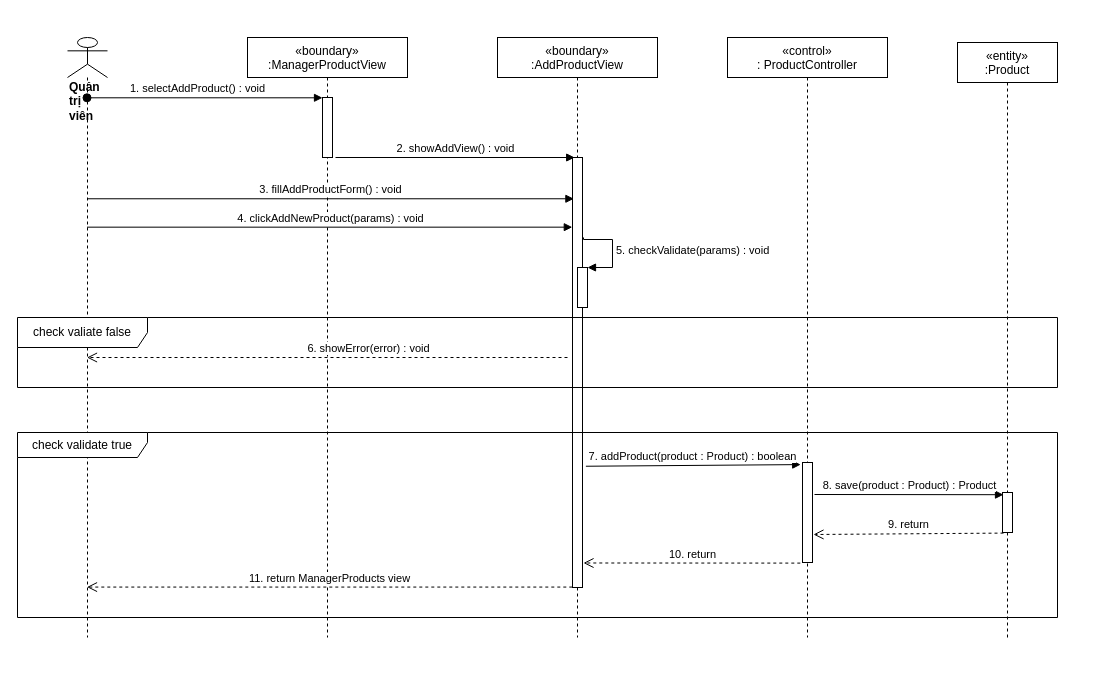
nguyenphamvan/datn_20202 keeps this draw.io diagram as sequence diagram/add-newProduct-sequence.drawio. Above is the earlier version. Source tidied: cells renumbered, new cells numbered last; positions are measured from the earlier drawing's top-left corner, leaving out a move shared by most shapes. Both pictures are drawn from the tidied source at 100%, with x=0, y=0 at pixel (17, 37).
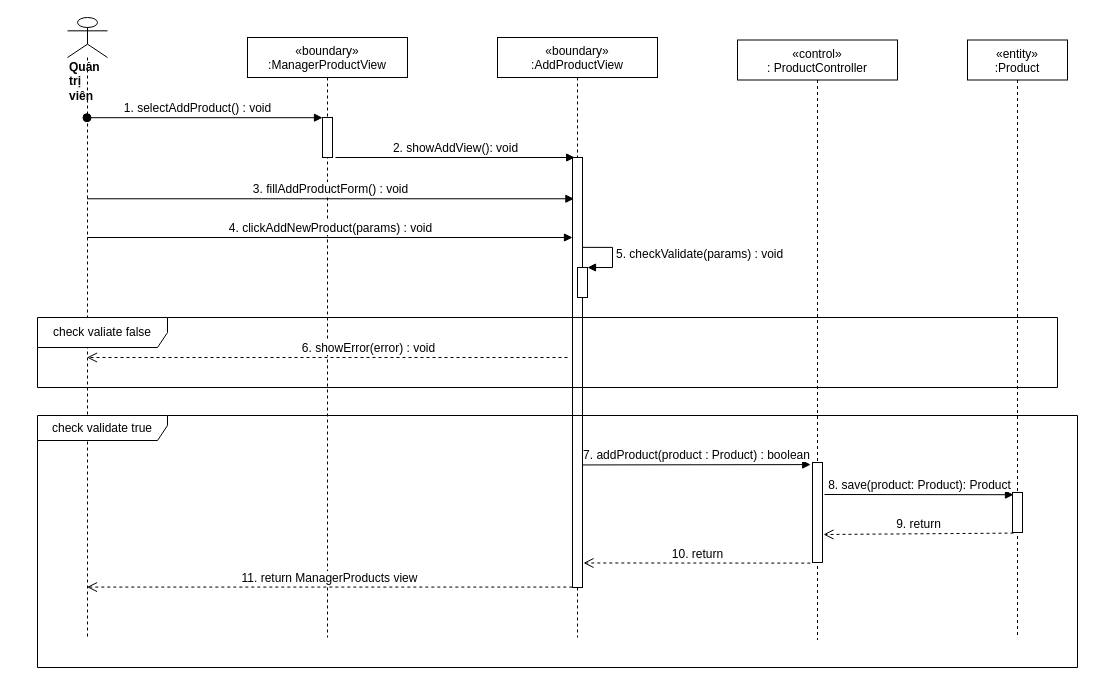
After the change.

Unchanged cells that the change refers to:
```xml
<mxCell id="2" value="«boundary»&#10;:ManagerProductView" style="shape=umlLifeline;perimeter=lifelinePerimeter;rounded=0;shadow=0;strokeWidth=1;" parent="1" vertex="1">
  <mxGeometry x="230" width="160" height="600" as="geometry" />
</mxCell>
<mxCell id="16" style="points=[];perimeter=orthogonalPerimeter;rounded=0;shadow=0;strokeWidth=1;" parent="15" vertex="1">
  <mxGeometry x="75" y="120" width="10" height="430" as="geometry" />
</mxCell>
```

The edit, as a diff of the source:
```diff
@@
     <mxCell id="3" style="points=[];perimeter=orthogonalPerimeter;rounded=0;shadow=0;strokeWidth=1;" parent="2" vertex="1">
-      <mxGeometry x="75" y="60" width="10" height="60" as="geometry" />
+      <mxGeometry x="75" y="80" width="10" height="40" as="geometry" />
     </mxCell>
     <mxCell id="4" value="«control»&#10;: ProductController" style="shape=umlLifeline;perimeter=lifelinePerimeter;rounded=0;shadow=0;strokeWidth=1;" parent="1" vertex="1">
-      <mxGeometry x="710" width="160" height="600" as="geometry" />
+      <mxGeometry x="720" y="2.5" width="160" height="600" as="geometry" />
     </mxCell>
     <mxCell id="5" value="&lt;div&gt;&lt;b&gt;Quản trị viên&lt;/b&gt;&lt;/div&gt;" style="shape=umlLifeline;participant=umlActor;perimeter=lifelinePerimeter;whiteSpace=wrap;html=1;verticalAlign=top;spacingTop=36;outlineConnect=0;align=left;size=40;" parent="1" vertex="1">
-      <mxGeometry x="50" width="40" height="600" as="geometry" />
+      <mxGeometry x="50" y="-20" width="40" height="620" as="geometry" />
     </mxCell>
-    <mxCell id="6" value="1. selectAddProduct() : void" style="verticalAlign=bottom;startArrow=oval;endArrow=block;startSize=8;shadow=0;strokeWidth=1;entryX=0;entryY=0.005;entryDx=0;entryDy=0;entryPerimeter=0;" parent="1" edge="1" source="5" target="3">
+    <mxCell id="6" value="1. selectAddProduct() : void" style="verticalAlign=bottom;startArrow=oval;endArrow=block;startSize=8;shadow=0;strokeWidth=1;entryX=0;entryY=0.005;entryDx=0;entryDy=0;entryPerimeter=0;fontSize=12;" parent="1" edge="1" source="5" target="3">
       <mxGeometry x="-0.06" relative="1" as="geometry" />
     </mxCell>
     <mxCell id="7" value="«entity»&#10;:Product" style="shape=umlLifeline;perimeter=lifelinePerimeter;rounded=0;shadow=0;strokeWidth=1;" parent="1" vertex="1">
-      <mxGeometry x="940" y="5" width="100" height="595" as="geometry" />
+      <mxGeometry x="950" y="2.5" width="100" height="595" as="geometry" />
     </mxCell>
     <mxCell id="8" style="points=[];perimeter=orthogonalPerimeter;rounded=0;shadow=0;strokeWidth=1;" parent="7" vertex="1">
-      <mxGeometry x="45" y="450" width="10" height="40" as="geometry" />
+      <mxGeometry x="45" y="452.5" width="10" height="40" as="geometry" />
     </mxCell>
-    <mxCell id="9" value="8. save(product : Product) : Product" style="html=1;verticalAlign=bottom;endArrow=block;entryX=0.1;entryY=0.055;entryDx=0;entryDy=0;entryPerimeter=0;exitX=1.2;exitY=0.32;exitDx=0;exitDy=0;exitPerimeter=0;" parent="1" edge="1" source="13" target="8">
+    <mxCell id="9" value="&lt;font style=&quot;font-size: 12px&quot;&gt;8. save(product: Product): Product&lt;/font&gt;" style="html=1;verticalAlign=bottom;endArrow=block;entryX=0.1;entryY=0.055;entryDx=0;entryDy=0;entryPerimeter=0;exitX=1.2;exitY=0.32;exitDx=0;exitDy=0;exitPerimeter=0;" parent="1" edge="1" source="13" target="8">
       <mxGeometry relative="1" as="geometry" />
     </mxCell>
-    <mxCell id="10" value="9. return" style="html=1;verticalAlign=bottom;endArrow=open;dashed=1;endSize=8;exitX=0.1;exitY=1.015;exitDx=0;exitDy=0;exitPerimeter=0;entryX=1.1;entryY=0.72;entryDx=0;entryDy=0;entryPerimeter=0;" parent="1" edge="1" source="8" target="13">
+    <mxCell id="10" value="&lt;font style=&quot;font-size: 12px&quot;&gt;9. return&lt;/font&gt;" style="html=1;verticalAlign=bottom;endArrow=open;dashed=1;endSize=8;exitX=0.1;exitY=1.015;exitDx=0;exitDy=0;exitPerimeter=0;entryX=1.1;entryY=0.72;entryDx=0;entryDy=0;entryPerimeter=0;" parent="1" edge="1" source="8" target="13">
       <mxGeometry relative="1" as="geometry" />
     </mxCell>
-    <mxCell id="11" value="3. fillAddProductForm() : void" style="html=1;verticalAlign=bottom;endArrow=block;entryX=0.14;entryY=0.096;entryDx=0;entryDy=0;entryPerimeter=0;" parent="1" edge="1" source="5" target="16">
+    <mxCell id="11" value="&lt;font style=&quot;font-size: 12px&quot;&gt;3. fillAddProductForm() : void&lt;/font&gt;" style="html=1;verticalAlign=bottom;endArrow=block;entryX=0.14;entryY=0.096;entryDx=0;entryDy=0;entryPerimeter=0;" parent="1" edge="1" source="5" target="16">
       <mxGeometry relative="1" as="geometry" />
     </mxCell>
-    <mxCell id="12" value="4. clickAddNewProduct(params) : void" style="html=1;verticalAlign=bottom;endArrow=block;entryX=-0.02;entryY=0.162;entryDx=0;entryDy=0;entryPerimeter=0;" parent="1" edge="1" source="5" target="16">
-      <mxGeometry relative="1" as="geometry" />
+    <mxCell id="12" value="&lt;font style=&quot;font-size: 12px&quot;&gt;4. clickAddNewProduct(params) : void&lt;/font&gt;" style="html=1;verticalAlign=bottom;endArrow=block;" parent="1" edge="1" source="5">
+      <mxGeometry relative="1" as="geometry">
+        <mxPoint x="555" y="200" as="targetPoint" />
+      </mxGeometry>
     </mxCell>
     <mxCell id="13" style="points=[];perimeter=orthogonalPerimeter;rounded=0;shadow=0;strokeWidth=1;" parent="1" vertex="1">
-      <mxGeometry x="785" y="425" width="10" height="100" as="geometry" />
+      <mxGeometry x="795" y="425" width="10" height="100" as="geometry" />
     </mxCell>
-    <mxCell id="14" value="7. addProduct(product : Product) : boolean" style="html=1;verticalAlign=bottom;endArrow=block;entryX=-0.18;entryY=0.021;entryDx=0;entryDy=0;entryPerimeter=0;exitX=1.34;exitY=0.718;exitDx=0;exitDy=0;exitPerimeter=0;" parent="1" edge="1" source="16" target="13">
+    <mxCell id="14" value="&lt;font style=&quot;font-size: 12px&quot;&gt;7. addProduct(product : Product) : boolean&lt;/font&gt;" style="html=1;verticalAlign=bottom;endArrow=block;entryX=-0.18;entryY=0.021;entryDx=0;entryDy=0;entryPerimeter=0;exitX=1.02;exitY=0.715;exitDx=0;exitDy=0;exitPerimeter=0;" parent="1" edge="1" source="16" target="13">
       <mxGeometry relative="1" as="geometry" />
     </mxCell>
@@
-    <mxCell id="17" value="2. showAddView() : void" style="html=1;verticalAlign=bottom;endArrow=block;exitX=1.3;exitY=1;exitDx=0;exitDy=0;exitPerimeter=0;entryX=0.22;entryY=0;entryDx=0;entryDy=0;entryPerimeter=0;" parent="1" edge="1" source="3" target="16">
+    <mxCell id="17" value="&lt;font style=&quot;font-size: 12px&quot;&gt;2. showAddView(): void&lt;/font&gt;" style="html=1;verticalAlign=bottom;endArrow=block;exitX=1.3;exitY=1;exitDx=0;exitDy=0;exitPerimeter=0;entryX=0.22;entryY=0;entryDx=0;entryDy=0;entryPerimeter=0;" parent="1" edge="1" source="3" target="16">
       <mxGeometry relative="1" as="geometry" />
     </mxCell>
     <mxCell id="18" style="html=1;points=[];perimeter=orthogonalPerimeter;" parent="1" vertex="1">
-      <mxGeometry x="560" y="230" width="10" height="40" as="geometry" />
+      <mxGeometry x="560" y="230" width="10" height="30" as="geometry" />
     </mxCell>
-    <mxCell id="19" value="5. checkValidate(params) : void" style="edgeStyle=orthogonalEdgeStyle;html=1;align=left;spacingLeft=2;endArrow=block;rounded=0;entryX=1;entryY=0;exitX=1.1;exitY=0.186;exitDx=0;exitDy=0;exitPerimeter=0;" parent="1" edge="1" source="16" target="18">
+    <mxCell id="19" value="&lt;font style=&quot;font-size: 12px&quot;&gt;5. checkValidate(params) : void&lt;/font&gt;" style="edgeStyle=orthogonalEdgeStyle;html=1;align=left;spacingLeft=2;endArrow=block;rounded=0;entryX=1;entryY=0;exitX=1.02;exitY=0.209;exitDx=0;exitDy=0;exitPerimeter=0;" parent="1" edge="1" source="16" target="18">
       <mxGeometry relative="1" as="geometry">
         <Array as="points">
-          <mxPoint x="566" y="202" />
-          <mxPoint x="595" y="202" />
+          <mxPoint x="595" y="210" />
           <mxPoint x="595" y="230" />
         </Array>
       </mxGeometry>
     </mxCell>
-    <mxCell id="20" value="6. showError(error) : void" style="html=1;verticalAlign=bottom;endArrow=open;dashed=1;endSize=8;" parent="1" edge="1" target="5">
+    <mxCell id="20" value="&lt;font style=&quot;font-size: 12px&quot;&gt;6. showError(error) : void&lt;/font&gt;" style="html=1;verticalAlign=bottom;endArrow=open;dashed=1;endSize=8;" parent="1" edge="1" target="5">
       <mxGeometry x="-0.17" relative="1" as="geometry">
         <mxPoint x="550" y="320" as="sourcePoint" />
       </mxGeometry>
     </mxCell>
     <mxCell id="21" value="check valiate false" style="shape=umlFrame;whiteSpace=wrap;html=1;width=130;height=30;" parent="1" vertex="1">
-      <mxGeometry y="280" width="1040" height="70" as="geometry" />
+      <mxGeometry x="20" y="280" width="1020" height="70" as="geometry" />
     </mxCell>
-    <mxCell id="22" value="11. return ManagerProducts view" style="html=1;verticalAlign=bottom;endArrow=open;dashed=1;endSize=8;exitX=-0.02;exitY=0.999;exitDx=0;exitDy=0;exitPerimeter=0;" parent="1" edge="1" source="16" target="5">
+    <mxCell id="22" value="&lt;font style=&quot;font-size: 12px&quot;&gt;11. return ManagerProducts view&lt;/font&gt;" style="html=1;verticalAlign=bottom;endArrow=open;dashed=1;endSize=8;exitX=-0.02;exitY=0.999;exitDx=0;exitDy=0;exitPerimeter=0;" parent="1" edge="1" source="16" target="5">
       <mxGeometry relative="1" as="geometry" />
     </mxCell>
-    <mxCell id="23" value="10. return" style="html=1;verticalAlign=bottom;endArrow=open;dashed=1;endSize=8;exitX=-0.22;exitY=1.006;exitDx=0;exitDy=0;exitPerimeter=0;entryX=1.1;entryY=0.943;entryDx=0;entryDy=0;entryPerimeter=0;" parent="1" edge="1" source="13" target="16">
+    <mxCell id="23" value="&lt;font style=&quot;font-size: 12px&quot;&gt;10. return&lt;/font&gt;" style="html=1;verticalAlign=bottom;endArrow=open;dashed=1;endSize=8;exitX=-0.22;exitY=1.006;exitDx=0;exitDy=0;exitPerimeter=0;entryX=1.1;entryY=0.943;entryDx=0;entryDy=0;entryPerimeter=0;" parent="1" edge="1" source="13" target="16">
       <mxGeometry relative="1" as="geometry" />
     </mxCell>
     <mxCell id="24" value="check validate true" style="shape=umlFrame;whiteSpace=wrap;html=1;width=130;height=25;" parent="1" vertex="1">
-      <mxGeometry y="395" width="1040" height="185" as="geometry" />
+      <mxGeometry x="20" y="378" width="1040" height="252" as="geometry" />
     </mxCell>
```
